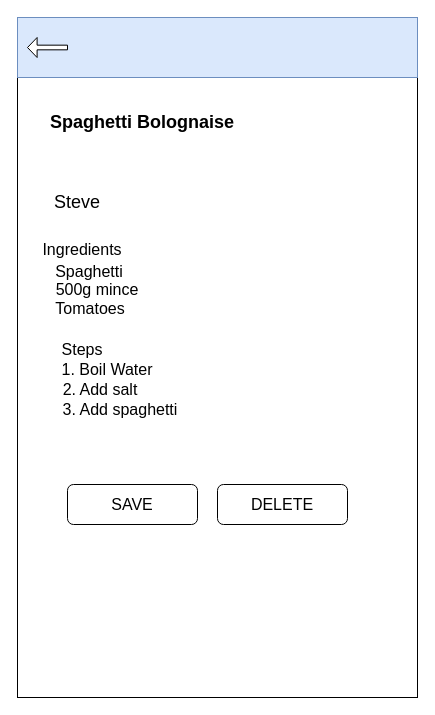
The draw.io diagram page "Recipe 1" (2 of 2) of WireFrame/MyRecipes App.drawio in Benjamin124124/L6SD-MAD-MyRecipes, before the edit. Source tidied: cells renumbered, new cells numbered last; positions are measured from the earlier drawing's top-left corner, leaving out a move shared by most shapes. Both pictures are drawn from the tidied source at 100%, with x=0, y=0 at pixel (17, 17).
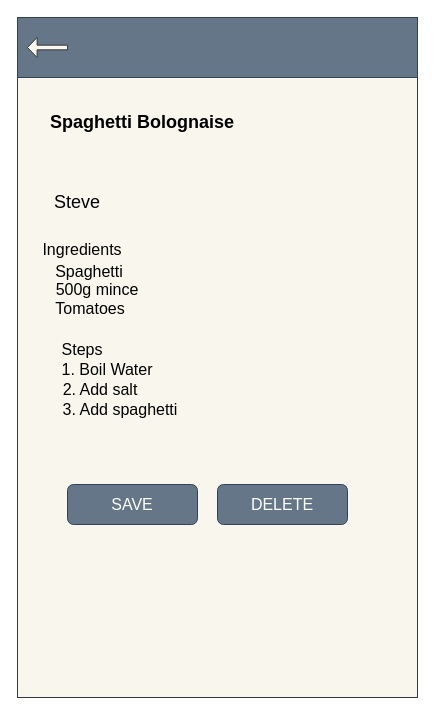
The same diagram, later.

The edit, as a diff of the source:
```diff
@@
 <mxGraphModel>
   <root>
     <mxCell id="0" />
     <mxCell id="1" parent="0" />
-    <mxCell id="2" style="rounded=0;whiteSpace=wrap;html=1;" parent="1" vertex="1">
+    <mxCell id="2" style="rounded=0;whiteSpace=wrap;html=1;fillColor=#f9f7ed;strokeColor=#36393d;" parent="1" vertex="1">
       <mxGeometry width="400" height="680" as="geometry" />
     </mxCell>
-    <mxCell id="3" style="rounded=0;whiteSpace=wrap;html=1;fillColor=#dae8fc;strokeColor=#6c8ebf;" parent="1" vertex="1">
+    <mxCell id="3" style="rounded=0;whiteSpace=wrap;html=1;fillColor=#647687;strokeColor=#314354;fontColor=#ffffff;" parent="1" vertex="1">
       <mxGeometry width="400" height="60" as="geometry" />
     </mxCell>
-    <mxCell id="4" style="shape=singleArrow;direction=west;whiteSpace=wrap;html=1;fontSize=18;arrowWidth=0.23333333333333334;arrowSize=0.24;" parent="1" vertex="1">
+    <mxCell id="4" style="shape=singleArrow;direction=west;whiteSpace=wrap;html=1;fontSize=18;arrowWidth=0.23333333333333334;arrowSize=0.24;fillColor=#f9f7ed;strokeColor=#36393d;" parent="1" vertex="1">
       <mxGeometry x="10" y="20" width="40" height="20" as="geometry" />
     </mxCell>
     <mxCell id="5" value="&lt;b&gt;Spaghetti Bolognaise&lt;/b&gt;" style="text;html=1;strokeColor=none;fillColor=none;align=center;verticalAlign=middle;whiteSpace=wrap;rounded=0;fontSize=18;" parent="1" vertex="1">
       <mxGeometry x="30" y="90" width="190" height="30" as="geometry" />
     </mxCell>
     <mxCell id="6" value="Steve" style="text;html=1;strokeColor=none;fillColor=none;align=center;verticalAlign=middle;whiteSpace=wrap;rounded=0;fontSize=18;" parent="1" vertex="1">
       <mxGeometry x="30" y="170" width="60" height="30" as="geometry" />
     </mxCell>
     <mxCell id="7" value="&lt;font style=&quot;font-size: 16px&quot;&gt;Ingredients&lt;/font&gt;" style="text;html=1;strokeColor=none;fillColor=none;align=center;verticalAlign=middle;whiteSpace=wrap;rounded=0;fontSize=18;" parent="1" vertex="1">
       <mxGeometry x="20" y="217" width="90" height="30" as="geometry" />
     </mxCell>
     <mxCell id="8" value="Spaghetti" style="text;html=1;strokeColor=none;fillColor=none;align=center;verticalAlign=middle;whiteSpace=wrap;rounded=0;fontSize=16;" parent="1" vertex="1">
       <mxGeometry x="32" y="239" width="80" height="30" as="geometry" />
     </mxCell>
     <mxCell id="9" value="500g mince" style="text;html=1;strokeColor=none;fillColor=none;align=center;verticalAlign=middle;whiteSpace=wrap;rounded=0;fontSize=16;" parent="1" vertex="1">
       <mxGeometry x="30" y="257" width="100" height="30" as="geometry" />
     </mxCell>
     <mxCell id="10" value="Tomatoes" style="text;html=1;strokeColor=none;fillColor=none;align=center;verticalAlign=middle;whiteSpace=wrap;rounded=0;fontSize=16;" parent="1" vertex="1">
       <mxGeometry x="33" y="276" width="80" height="30" as="geometry" />
     </mxCell>
     <mxCell id="11" value="&lt;font style=&quot;font-size: 16px&quot;&gt;Steps&lt;br&gt;&lt;/font&gt;" style="text;html=1;strokeColor=none;fillColor=none;align=center;verticalAlign=middle;whiteSpace=wrap;rounded=0;fontSize=18;" parent="1" vertex="1">
       <mxGeometry x="20" y="317" width="90" height="30" as="geometry" />
     </mxCell>
     <mxCell id="12" value="1. Boil Water" style="text;html=1;strokeColor=none;fillColor=none;align=center;verticalAlign=middle;whiteSpace=wrap;rounded=0;fontSize=16;" parent="1" vertex="1">
       <mxGeometry x="40" y="337" width="100" height="30" as="geometry" />
     </mxCell>
     <mxCell id="13" value="2. Add salt" style="text;html=1;strokeColor=none;fillColor=none;align=center;verticalAlign=middle;whiteSpace=wrap;rounded=0;fontSize=16;" parent="1" vertex="1">
       <mxGeometry x="33" y="357" width="100" height="30" as="geometry" />
     </mxCell>
     <mxCell id="14" value="3. Add spaghetti" style="text;html=1;strokeColor=none;fillColor=none;align=center;verticalAlign=middle;whiteSpace=wrap;rounded=0;fontSize=16;" parent="1" vertex="1">
       <mxGeometry x="44" y="377" width="118" height="30" as="geometry" />
     </mxCell>
-    <mxCell id="15" value="SAVE" style="rounded=1;whiteSpace=wrap;html=1;fontSize=16;" parent="1" vertex="1">
+    <mxCell id="15" value="SAVE" style="rounded=1;whiteSpace=wrap;html=1;fontSize=16;fillColor=#647687;fontColor=#ffffff;strokeColor=#314354;" parent="1" vertex="1">
       <mxGeometry x="50" y="467" width="130" height="40" as="geometry" />
     </mxCell>
-    <mxCell id="16" value="DELETE" style="rounded=1;whiteSpace=wrap;html=1;fontSize=16;" parent="1" vertex="1">
+    <mxCell id="16" value="DELETE" style="rounded=1;whiteSpace=wrap;html=1;fontSize=16;fillColor=#647687;fontColor=#ffffff;strokeColor=#314354;" parent="1" vertex="1">
       <mxGeometry x="200" y="467" width="130" height="40" as="geometry" />
     </mxCell>
   </root>
 </mxGraphModel>
```
